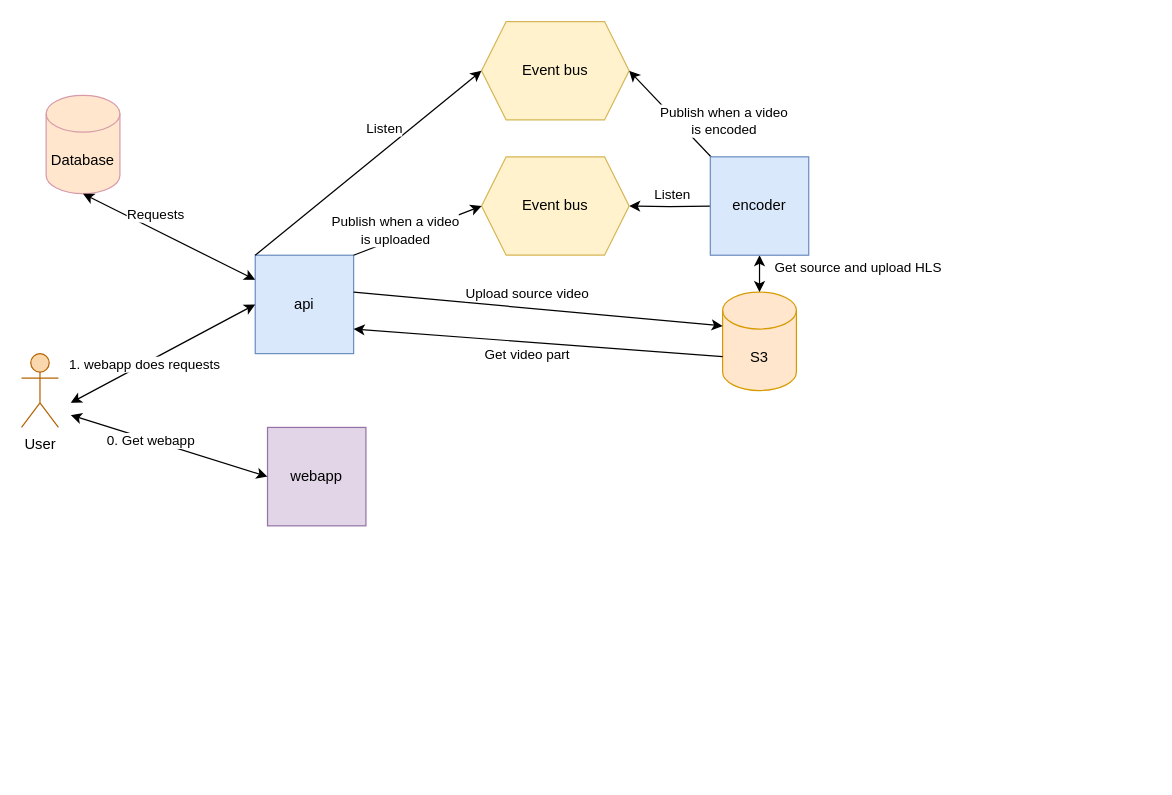
Above: docs/archi/Architecture.drawio in sogilis/Voogle (draw.io), before the change. Source tidied: cells renumbered, new cells numbered last; positions are measured from the earlier drawing's top-left corner, leaving out a move shared by most shapes. Both pictures are drawn from the tidied source at 123%, with x=0, y=0 at pixel (21, 21).
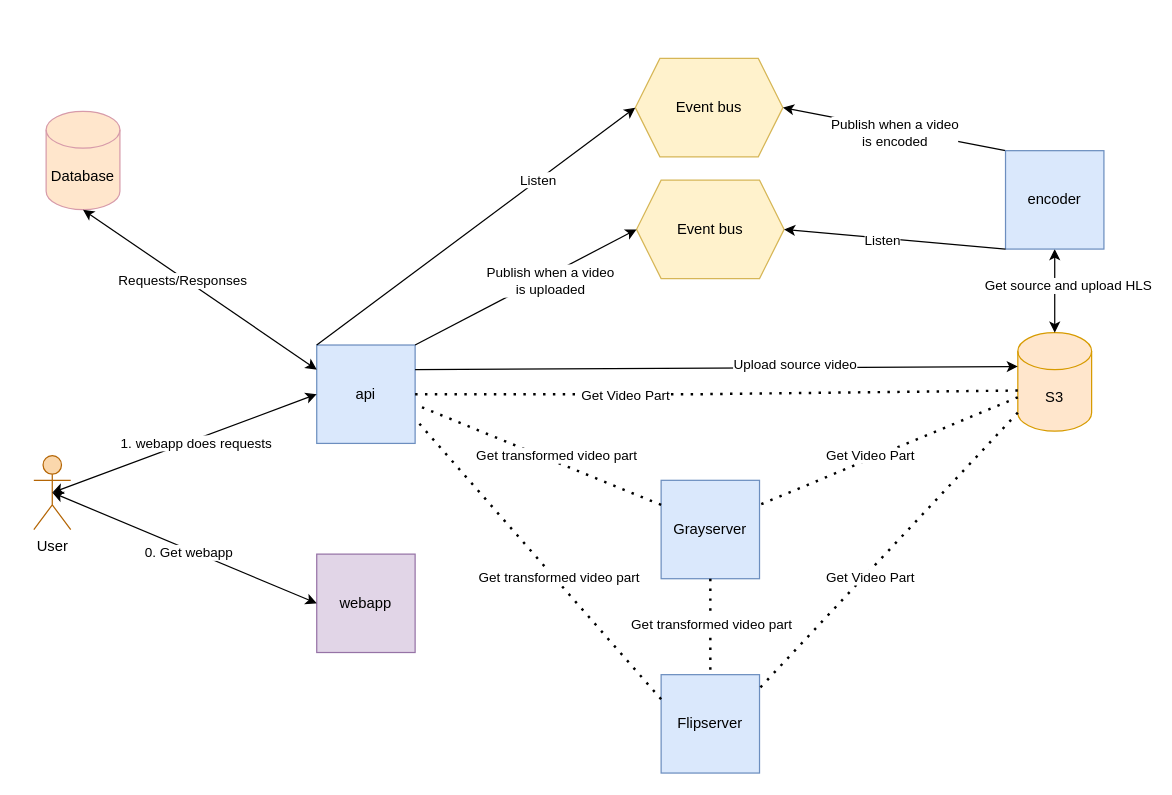
The same page after the edit.

Commit message (it also covers changes not shown here):
Update architecture schema

Unchanged cells that the change refers to:
```xml
<mxCell id="9" style="endArrow=classic;html=1;rounded=0;entryX=0;entryY=0.5;entryDx=0;entryDy=0;exitX=1;exitY=0;exitDx=0;exitDy=0;" parent="1" edge="1" source="4" target="8">
  <mxGeometry relative="1" as="geometry" />
</mxCell>
<mxCell id="19" style="endArrow=classic;html=1;rounded=0;entryX=0;entryY=0.5;entryDx=0;entryDy=0;exitX=0;exitY=0;exitDx=0;exitDy=0;" parent="1" edge="1" source="4" target="16">
  <mxGeometry relative="1" as="geometry" />
</mxCell>
<mxCell id="22" style="endArrow=classic;startArrow=classic;html=1;rounded=0;exitX=0;exitY=0.25;exitDx=0;exitDy=0;entryX=0.5;entryY=1;entryDx=0;entryDy=0;entryPerimeter=0;" parent="1" edge="1" source="4" target="21">
  <mxGeometry relative="1" as="geometry" />
</mxCell>
```

Change to the diagram source:
```diff
@@
     <mxCell id="2" value="&lt;div&gt;User&lt;/div&gt;&lt;div&gt;&lt;br&gt;&lt;/div&gt;" style="shape=umlActor;verticalLabelPosition=bottom;verticalAlign=top;html=1;outlineConnect=0;fillColor=#fad7ac;strokeColor=#b46504;" parent="1" vertex="1">
-      <mxGeometry y="270" width="30" height="60" as="geometry" />
+      <mxGeometry x="10" y="353" width="30" height="60" as="geometry" />
     </mxCell>
     <mxCell id="3" value="&lt;div&gt;webapp&lt;/div&gt;" style="whiteSpace=wrap;html=1;fillColor=#e1d5e7;strokeColor=#9673a6;" parent="1" vertex="1">
-      <mxGeometry x="200" y="330" width="80" height="80" as="geometry" />
+      <mxGeometry x="240" y="433" width="80" height="80" as="geometry" />
     </mxCell>
     <mxCell id="4" value="&lt;div&gt;api&lt;/div&gt;" style="whiteSpace=wrap;html=1;fillColor=#dae8fc;strokeColor=#6c8ebf;" parent="1" vertex="1">
-      <mxGeometry x="190" y="190" width="80" height="80" as="geometry" />
+      <mxGeometry x="240" y="263" width="80" height="80" as="geometry" />
     </mxCell>
     <mxCell id="5" value="S3" style="shape=cylinder3;whiteSpace=wrap;html=1;boundedLbl=1;backgroundOutline=1;size=15;fillColor=#ffe6cc;strokeColor=#d79b00;" parent="1" vertex="1">
-      <mxGeometry x="570" y="220" width="60" height="80" as="geometry" />
+      <mxGeometry x="810" y="253" width="60" height="80" as="geometry" />
     </mxCell>
-    <mxCell id="6" style="edgeStyle=orthogonalEdgeStyle;rounded=0;jettySize=auto;html=1;" parent="1" edge="1" target="8">
-      <mxGeometry relative="1" as="geometry">
-        <mxPoint x="560" y="150" as="sourcePoint" />
-      </mxGeometry>
-    </mxCell>
-    <mxCell id="7" value="&lt;div&gt;Listen&lt;/div&gt;" style="edgeLabel;html=1;align=center;verticalAlign=middle;" parent="6" vertex="1">
-      <mxGeometry x="0.25" relative="1" as="geometry">
-        <mxPoint x="10" y="-10" as="offset" />
-      </mxGeometry>
-    </mxCell>
     <mxCell id="8" value="Event bus" style="shape=hexagon;perimeter=hexagonPerimeter2;whiteSpace=wrap;html=1;fixedSize=1;fillColor=#fff2cc;strokeColor=#d6b656;" parent="1" vertex="1">
-      <mxGeometry x="374" y="110" width="120" height="80" as="geometry" />
+      <mxGeometry x="500" y="129" width="120" height="80" as="geometry" />
     </mxCell>
@@
     <mxCell id="10" value="Publish when a video&lt;br&gt; is uploaded" style="edgeLabel;html=1;align=center;verticalAlign=middle;" parent="9" vertex="1">
       <mxGeometry x="-0.33" relative="1" as="geometry">
-        <mxPoint x="-1" y="-7" as="offset" />
+        <mxPoint x="49" y="-21" as="offset" />
       </mxGeometry>
     </mxCell>
-    <mxCell id="11" style="endArrow=classic;startArrow=classic;html=1;rounded=0;entryX=0;entryY=0.5;entryDx=0;entryDy=0;" parent="1" edge="1" target="4">
-      <mxGeometry relative="1" as="geometry">
-        <mxPoint x="40" y="310" as="sourcePoint" />
-      </mxGeometry>
+    <mxCell id="11" style="endArrow=classic;startArrow=classic;html=1;rounded=0;entryX=0;entryY=0.5;entryDx=0;entryDy=0;exitX=0.5;exitY=0.5;exitDx=0;exitDy=0;exitPerimeter=0;" parent="1" edge="1" source="2" target="4">
+      <mxGeometry relative="1" as="geometry" />
     </mxCell>
     <mxCell id="12" value="&lt;div&gt;1. webapp does requests&lt;/div&gt;" style="edgeLabel;html=1;align=center;verticalAlign=middle;" parent="11" vertex="1">
-      <mxGeometry x="-0.21" relative="1" as="geometry" />
+      <mxGeometry x="-0.21" relative="1" as="geometry">
+        <mxPoint x="31" y="-9" as="offset" />
+      </mxGeometry>
     </mxCell>
-    <mxCell id="13" style="endArrow=classic;startArrow=classic;html=1;rounded=0;entryX=0;entryY=0.5;entryDx=0;entryDy=0;" parent="1" edge="1" target="3">
-      <mxGeometry relative="1" as="geometry">
-        <mxPoint x="40" y="320" as="sourcePoint" />
-      </mxGeometry>
+    <mxCell id="13" style="endArrow=classic;startArrow=classic;html=1;rounded=0;entryX=0;entryY=0.5;entryDx=0;entryDy=0;exitX=0.5;exitY=0.5;exitDx=0;exitDy=0;exitPerimeter=0;" parent="1" edge="1" source="2" target="3">
+      <mxGeometry relative="1" as="geometry" />
     </mxCell>
     <mxCell id="14" value="&lt;div&gt;0. Get webapp&lt;/div&gt;" style="edgeLabel;html=1;align=center;verticalAlign=middle;" parent="13" vertex="1">
-      <mxGeometry x="-0.19" relative="1" as="geometry" />
+      <mxGeometry x="-0.19" relative="1" as="geometry">
+        <mxPoint x="24" y="12" as="offset" />
+      </mxGeometry>
     </mxCell>
-    <mxCell id="15" value="Get source and upload HLS" style="endArrow=classic;startArrow=classic;html=1;rounded=0;entryX=0.5;entryY=1;entryDx=0;entryDy=0;exitX=0.5;exitY=0;exitDx=0;exitDy=0;exitPerimeter=0;" parent="1" edge="1" source="5">
-      <mxGeometry x="0.33" y="-80" relative="1" as="geometry">
-        <mxPoint x="600" y="190" as="targetPoint" />
-      </mxGeometry>
+    <mxCell id="15" style="endArrow=classic;startArrow=classic;html=1;rounded=0;exitX=0.5;exitY=0;exitDx=0;exitDy=0;exitPerimeter=0;entryX=0.5;entryY=1;entryDx=0;entryDy=0;" parent="1" edge="1" source="5" target="28">
+      <mxGeometry x="0.33" y="-80" relative="1" as="geometry" />
     </mxCell>
+    <mxCell id="29" value="Get source and upload HLS" style="edgeLabel;html=1;align=center;verticalAlign=middle;" parent="15" vertex="1">
+      <mxGeometry x="-0.27" y="-1" relative="1" as="geometry">
+        <mxPoint x="9" y="-14" as="offset" />
+      </mxGeometry>
+    </mxCell>
     <mxCell id="16" value="Event bus" style="shape=hexagon;perimeter=hexagonPerimeter2;whiteSpace=wrap;html=1;fixedSize=1;fillColor=#fff2cc;strokeColor=#d6b656;" parent="1" vertex="1">
-      <mxGeometry x="374" width="120" height="80" as="geometry" />
+      <mxGeometry x="499" y="30" width="120" height="80" as="geometry" />
     </mxCell>
-    <mxCell id="17" style="endArrow=classic;html=1;rounded=0;entryX=1;entryY=0.5;entryDx=0;entryDy=0;exitX=0;exitY=0;exitDx=0;exitDy=0;" parent="1" edge="1" target="16">
-      <mxGeometry relative="1" as="geometry">
-        <mxPoint x="571.7" y="121.7" as="sourcePoint" />
-      </mxGeometry>
+    <mxCell id="17" style="endArrow=classic;html=1;rounded=0;entryX=1;entryY=0.5;entryDx=0;entryDy=0;exitX=0;exitY=0;exitDx=0;exitDy=0;" parent="1" edge="1" source="28" target="16">
+      <mxGeometry relative="1" as="geometry" />
     </mxCell>
-    <mxCell id="18" value="&lt;div&gt;Publish when a video &lt;br&gt;&lt;/div&gt;&lt;div&gt;is encoded&lt;/div&gt;" style="edgeLabel;html=1;align=center;verticalAlign=middle;" parent="1" vertex="1">
-      <mxGeometry x="570" y="80" as="geometry" />
+    <mxCell id="18" value="&lt;div&gt;Publish when a video &lt;br&gt;&lt;/div&gt;&lt;div&gt;is encoded&lt;/div&gt;" style="edgeLabel;html=1;align=center;verticalAlign=middle;" parent="17" vertex="1">
+      <mxGeometry x="0.12" y="1" relative="1" as="geometry">
+        <mxPoint x="11" y="4" as="offset" />
+      </mxGeometry>
     </mxCell>
@@
+    <mxCell id="30" value="&lt;div&gt;Listen&lt;/div&gt;" style="edgeLabel;html=1;align=center;verticalAlign=middle;" parent="19" vertex="1">
+      <mxGeometry x="0.28" y="-3" relative="1" as="geometry">
+        <mxPoint x="12" y="-13" as="offset" />
+      </mxGeometry>
+    </mxCell>
-    <mxCell id="20" value="&lt;div&gt;Listen&lt;/div&gt;" style="edgeLabel;html=1;align=center;verticalAlign=middle;" parent="1" vertex="1">
-      <mxGeometry x="560" y="160" as="geometry">
+    <mxCell id="20" value="&lt;div&gt;&lt;br&gt;&lt;/div&gt;" style="edgeLabel;html=1;align=center;verticalAlign=middle;" parent="1" vertex="1">
+      <mxGeometry x="560" y="173" as="geometry">
         <mxPoint x="-266" y="-74" as="offset" />
       </mxGeometry>
     </mxCell>
     <mxCell id="21" value="Database" style="shape=cylinder3;whiteSpace=wrap;html=1;boundedLbl=1;backgroundOutline=1;size=15;fillColor=#ffe6cc;strokeColor=#d79baa;" parent="1" vertex="1">
-      <mxGeometry x="20" y="60" width="60" height="80" as="geometry" />
+      <mxGeometry x="20" y="73" width="60" height="80" as="geometry" />
     </mxCell>
@@
+    <mxCell id="31" value="&lt;div&gt;Requests/Responses&lt;/div&gt;" style="edgeLabel;html=1;align=center;verticalAlign=middle;" parent="22" vertex="1">
+      <mxGeometry x="0.14" y="2" relative="1" as="geometry" />
+    </mxCell>
-    <mxCell id="23" style="endArrow=classic;html=1;rounded=0;entryX=0;entryY=0;entryDx=0;entryDy=27.5;entryPerimeter=0;" parent="1" edge="1" target="5">
-      <mxGeometry relative="1" as="geometry">
-        <mxPoint x="270" y="220" as="sourcePoint" />
-      </mxGeometry>
+    <mxCell id="23" style="endArrow=classic;html=1;rounded=0;exitX=1;exitY=0.25;exitDx=0;exitDy=0;entryX=0;entryY=0;entryDx=0;entryDy=27.5;entryPerimeter=0;" parent="1" edge="1" source="4" target="5">
+      <mxGeometry relative="1" as="geometry" />
     </mxCell>
+    <mxCell id="32" value="&lt;div&gt;&lt;br&gt;&lt;/div&gt;" style="edgeLabel;html=1;align=center;verticalAlign=middle;" parent="23" vertex="1">
+      <mxGeometry x="0.1" y="-5" relative="1" as="geometry">
+        <mxPoint x="61" y="-4" as="offset" />
+      </mxGeometry>
+    </mxCell>
+    <mxCell id="33" value="&lt;div&gt;Upload source video&lt;/div&gt;" style="edgeLabel;html=1;align=center;verticalAlign=middle;" parent="23" vertex="1">
+      <mxGeometry x="0.11" y="3" relative="1" as="geometry">
+        <mxPoint x="37" as="offset" />
+      </mxGeometry>
+    </mxCell>
-    <mxCell id="24" value="&lt;div&gt;Upload source video&lt;/div&gt;" style="edgeLabel;html=1;align=center;verticalAlign=middle;" parent="1" vertex="1">
-      <mxGeometry x="410" y="220" as="geometry" />
+    <mxCell id="24" value="&lt;div&gt;&lt;br&gt;&lt;/div&gt;" style="edgeLabel;html=1;align=center;verticalAlign=middle;" parent="1" vertex="1">
+      <mxGeometry x="494" y="383" as="geometry" />
     </mxCell>
-    <mxCell id="25" style="endArrow=classic;html=1;rounded=0;exitX=0;exitY=0;exitDx=0;exitDy=52.5;exitPerimeter=0;entryX=1;entryY=0.75;entryDx=0;entryDy=0;" parent="1" edge="1" source="5" target="4">
-      <mxGeometry relative="1" as="geometry" />
-    </mxCell>
-    <mxCell id="26" value="&lt;div&gt;Get video part&lt;/div&gt;" style="edgeLabel;html=1;align=center;verticalAlign=middle;" parent="1" vertex="1">
-      <mxGeometry x="410" y="270" as="geometry" />
+    <mxCell id="26" value="&lt;div&gt;&lt;br&gt;&lt;/div&gt;" style="edgeLabel;html=1;align=center;verticalAlign=middle;" parent="1" vertex="1">
+      <mxGeometry x="494" y="523" as="geometry" />
     </mxCell>
-    <mxCell id="27" value="&lt;div&gt;Requests&lt;br&gt;&lt;/div&gt;" style="edgeLabel;html=1;align=center;verticalAlign=middle;" parent="1" vertex="1">
-      <mxGeometry x="374" y="230" as="geometry">
+    <mxCell id="27" value="&lt;div&gt;&lt;br&gt;&lt;/div&gt;" style="edgeLabel;html=1;align=center;verticalAlign=middle;" parent="1" vertex="1">
+      <mxGeometry x="374" y="243" as="geometry">
         <mxPoint x="-266" y="-74" as="offset" />
       </mxGeometry>
     </mxCell>
     <mxCell id="28" value="encoder" style="whiteSpace=wrap;html=1;fillColor=#dae8fc;strokeColor=#6c8ebf;" parent="1" vertex="1">
-      <mxGeometry x="560" y="110" width="80" height="80" as="geometry" />
+      <mxGeometry x="800" y="105" width="80" height="80" as="geometry" />
     </mxCell>
+    <mxCell id="34" style="endArrow=classic;html=1;rounded=0;entryX=1;entryY=0.5;entryDx=0;entryDy=0;exitX=0;exitY=1;exitDx=0;exitDy=0;" parent="1" edge="1" source="28" target="8">
+      <mxGeometry relative="1" as="geometry" />
+    </mxCell>
+    <mxCell id="35" value="&lt;div&gt;Listen&lt;/div&gt;" style="edgeLabel;html=1;align=center;verticalAlign=middle;" parent="34" vertex="1">
+      <mxGeometry x="0.12" y="1" relative="1" as="geometry" />
+    </mxCell>
+    <mxCell id="36" value="Grayserver" style="whiteSpace=wrap;html=1;fillColor=#dae8fc;strokeColor=#6c8ebf;" parent="1" vertex="1">
+      <mxGeometry x="520" y="373" width="80" height="80" as="geometry" />
+    </mxCell>
+    <mxCell id="37" value="&lt;div&gt;Flipserver&lt;/div&gt;" style="whiteSpace=wrap;html=1;fillColor=#dae8fc;strokeColor=#6c8ebf;" parent="1" vertex="1">
+      <mxGeometry x="520" y="531" width="80" height="80" as="geometry" />
+    </mxCell>
+    <mxCell id="38" style="endArrow=none;dashed=1;html=1;dashPattern=1 3;strokeWidth=2;rounded=0;entryX=0.5;entryY=0;entryDx=0;entryDy=0;exitX=0.5;exitY=1;exitDx=0;exitDy=0;" parent="1" edge="1" source="36" target="37">
+      <mxGeometry relative="1" as="geometry" />
+    </mxCell>
+    <mxCell id="39" value="Get transformed video part" style="edgeLabel;html=1;align=center;verticalAlign=middle;" parent="38" vertex="1">
+      <mxGeometry x="-0.43" y="-3" relative="1" as="geometry">
+        <mxPoint x="3" y="14" as="offset" />
+      </mxGeometry>
+    </mxCell>
+    <mxCell id="40" style="endArrow=none;dashed=1;html=1;dashPattern=1 3;strokeWidth=2;rounded=0;entryX=1;entryY=0.25;entryDx=0;entryDy=0;exitX=0;exitY=0;exitDx=0;exitDy=52.5;exitPerimeter=0;" parent="1" edge="1" source="5" target="36">
+      <mxGeometry relative="1" as="geometry" />
+    </mxCell>
+    <mxCell id="41" value="Get Video Part" style="edgeLabel;html=1;align=center;verticalAlign=middle;" parent="40" vertex="1">
+      <mxGeometry x="-0.22" y="-3" relative="1" as="geometry">
+        <mxPoint x="-37" y="16" as="offset" />
+      </mxGeometry>
+    </mxCell>
+    <mxCell id="42" style="endArrow=none;dashed=1;html=1;dashPattern=1 3;strokeWidth=2;rounded=0;entryX=0.996;entryY=0.143;entryDx=0;entryDy=0;entryPerimeter=0;exitX=0;exitY=1;exitDx=0;exitDy=-15;exitPerimeter=0;" parent="1" edge="1" source="5" target="37">
+      <mxGeometry relative="1" as="geometry" />
+    </mxCell>
+    <mxCell id="43" value="Get Video Part" style="edgeLabel;html=1;align=center;verticalAlign=middle;" parent="42" vertex="1">
+      <mxGeometry x="-0.5" y="-1" relative="1" as="geometry">
+        <mxPoint x="-67" y="78" as="offset" />
+      </mxGeometry>
+    </mxCell>
+    <mxCell id="44" style="endArrow=none;dashed=1;html=1;dashPattern=1 3;strokeWidth=2;rounded=0;entryX=1.05;entryY=0.625;entryDx=0;entryDy=0;exitX=0;exitY=0.25;exitDx=0;exitDy=0;entryPerimeter=0;" parent="1" edge="1" source="36" target="4">
+      <mxGeometry relative="1" as="geometry" />
+    </mxCell>
+    <mxCell id="45" value="Get transformed video part" style="edgeLabel;html=1;align=center;verticalAlign=middle;" parent="44" vertex="1">
+      <mxGeometry x="-0.14" y="2" relative="1" as="geometry">
+        <mxPoint y="-8" as="offset" />
+      </mxGeometry>
+    </mxCell>
+    <mxCell id="46" style="endArrow=none;dashed=1;html=1;dashPattern=1 3;strokeWidth=2;rounded=0;entryX=1;entryY=0.75;entryDx=0;entryDy=0;exitX=0;exitY=0.25;exitDx=0;exitDy=0;" parent="1" edge="1" source="37" target="4">
+      <mxGeometry relative="1" as="geometry" />
+    </mxCell>
+    <mxCell id="47" value="Get transformed video part" style="edgeLabel;html=1;align=center;verticalAlign=middle;" parent="46" vertex="1">
+      <mxGeometry x="0.28" y="-4" relative="1" as="geometry">
+        <mxPoint x="41" y="49" as="offset" />
+      </mxGeometry>
+    </mxCell>
+    <mxCell id="48" style="endArrow=none;dashed=1;html=1;dashPattern=1 3;strokeWidth=2;rounded=0;exitX=1;exitY=0.5;exitDx=0;exitDy=0;" parent="1" edge="1" source="4">
+      <mxGeometry relative="1" as="geometry">
+        <mxPoint x="810" y="300" as="targetPoint" />
+        <Array as="points">
+          <mxPoint x="550" y="303" />
+        </Array>
+      </mxGeometry>
+    </mxCell>
+    <mxCell id="49" value="Get Video Part" style="edgeLabel;html=1;align=center;verticalAlign=middle;" parent="48" vertex="1">
+      <mxGeometry x="-0.14" y="-3" relative="1" as="geometry">
+        <mxPoint x="-41" y="-3" as="offset" />
+      </mxGeometry>
+    </mxCell>
```
